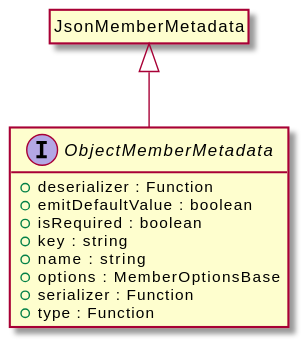
Above: assets/ObjectMemberMetadata-umlClassDiagram-4318.svg in OpenHPS/openhps-core (PlantUML), before the change.
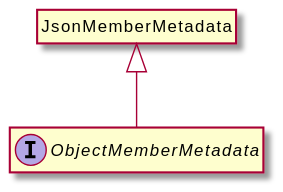
The same file after the commit.

Change to the diagram source:
```diff
@@ -3,14 +3,6 @@
 hide empty methods
 hide empty fields
 interface "ObjectMemberMetadata" {
-    +deserializer : Function
-    +emitDefaultValue : boolean
-    +isRequired : boolean
-    +key : string
-    +name : string
-    +options : MemberOptionsBase
-    +serializer : Function
-    +type : Function
 }
 class "JsonMemberMetadata"
 hide "JsonMemberMetadata" circle
```
